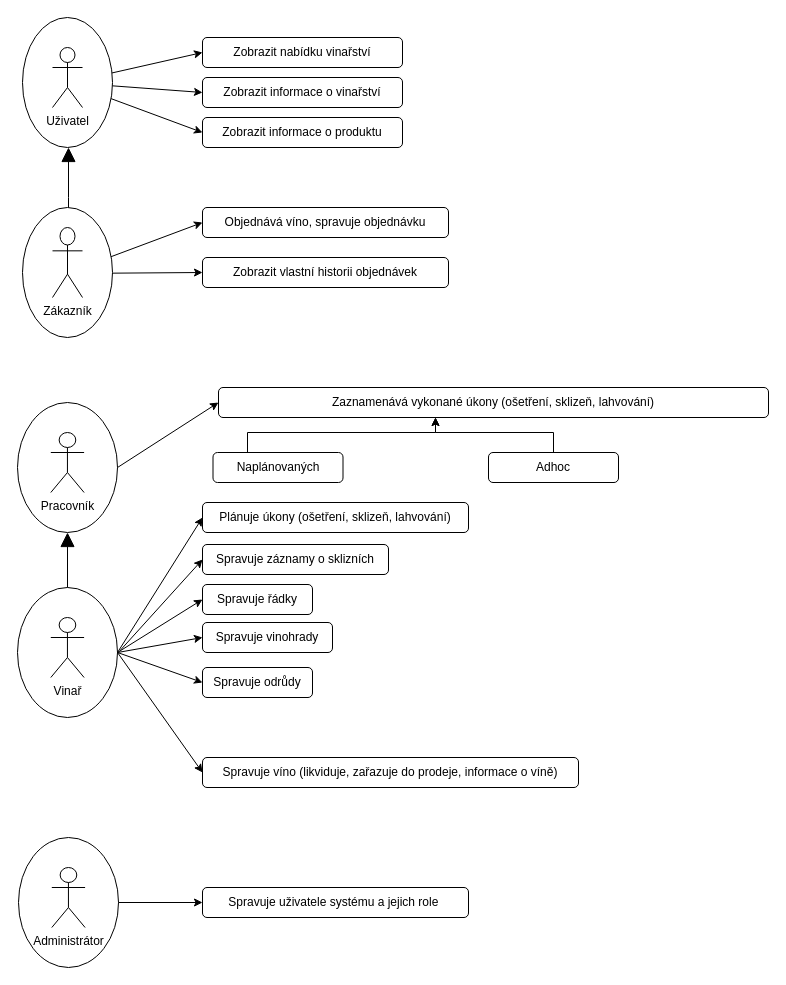
The draw.io diagram docs/iis_use_case.drawio in MiroSatona/winery-information-system, before the edit. Source tidied: cells renumbered, new cells numbered last; positions are measured from the earlier drawing's top-left corner, leaving out a move shared by most shapes. Both pictures are drawn from the tidied source at 100%, with x=0, y=0 at pixel (17, 17).
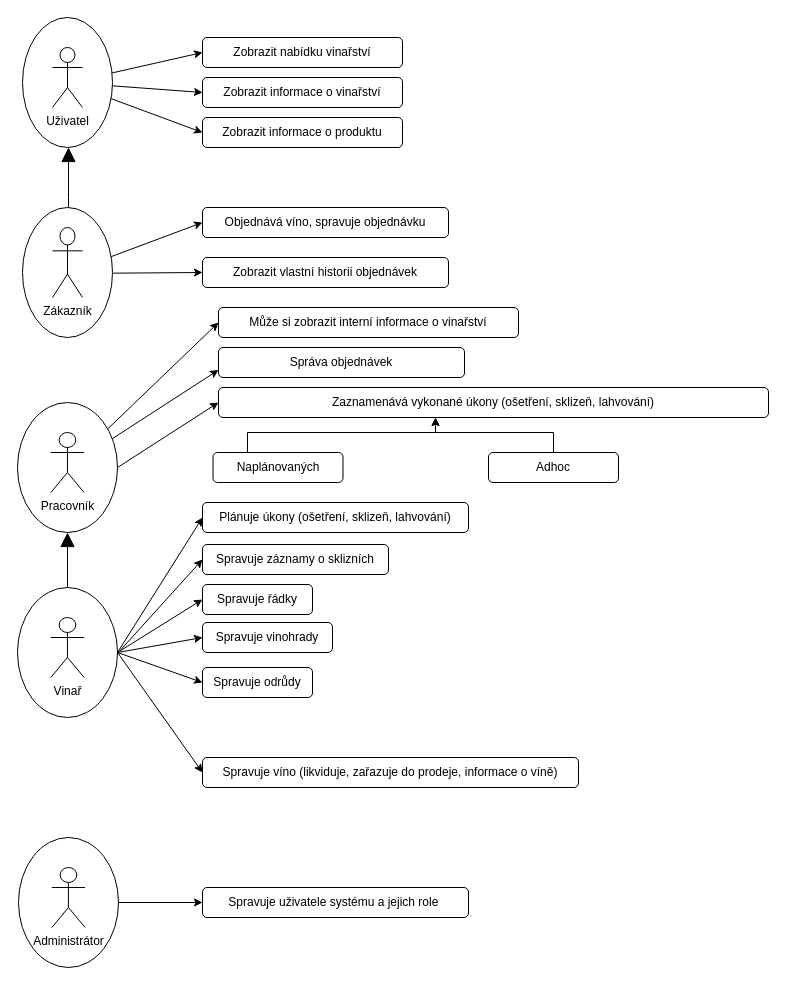
The same diagram, later.

Commit message (it also covers changes not shown here):
feat: privilege checking, user case

Unchanged cells that the change refers to:
```xml
<mxCell id="12" style="ellipse;whiteSpace=wrap;html=1;" parent="11" vertex="1">
  <mxGeometry width="100" height="130" as="geometry" />
</mxCell>
```

The edit, as a diff of the source:
```diff
@@
+    <mxCell id="49" value="Správa objednávek" style="rounded=1;whiteSpace=wrap;html=1;" parent="1" vertex="1">
+      <mxGeometry x="201" y="330" width="246" height="30" as="geometry" />
+    </mxCell>
+    <mxCell id="50" style="rounded=0;jettySize=auto;html=1;entryX=0;entryY=0.75;entryDx=0;entryDy=0;" parent="1" edge="1" source="12" target="49">
+      <mxGeometry relative="1" as="geometry" />
+    </mxCell>
+    <mxCell id="51" value="Může si zobrazit interní informace o vinařství" style="rounded=1;whiteSpace=wrap;html=1;" parent="1" vertex="1">
+      <mxGeometry x="201" y="290" width="300" height="30" as="geometry" />
+    </mxCell>
+    <mxCell id="52" style="rounded=0;jettySize=auto;html=1;entryX=0;entryY=0.5;entryDx=0;entryDy=0;" parent="1" edge="1" source="12" target="51">
+      <mxGeometry relative="1" as="geometry" />
+    </mxCell>
```
